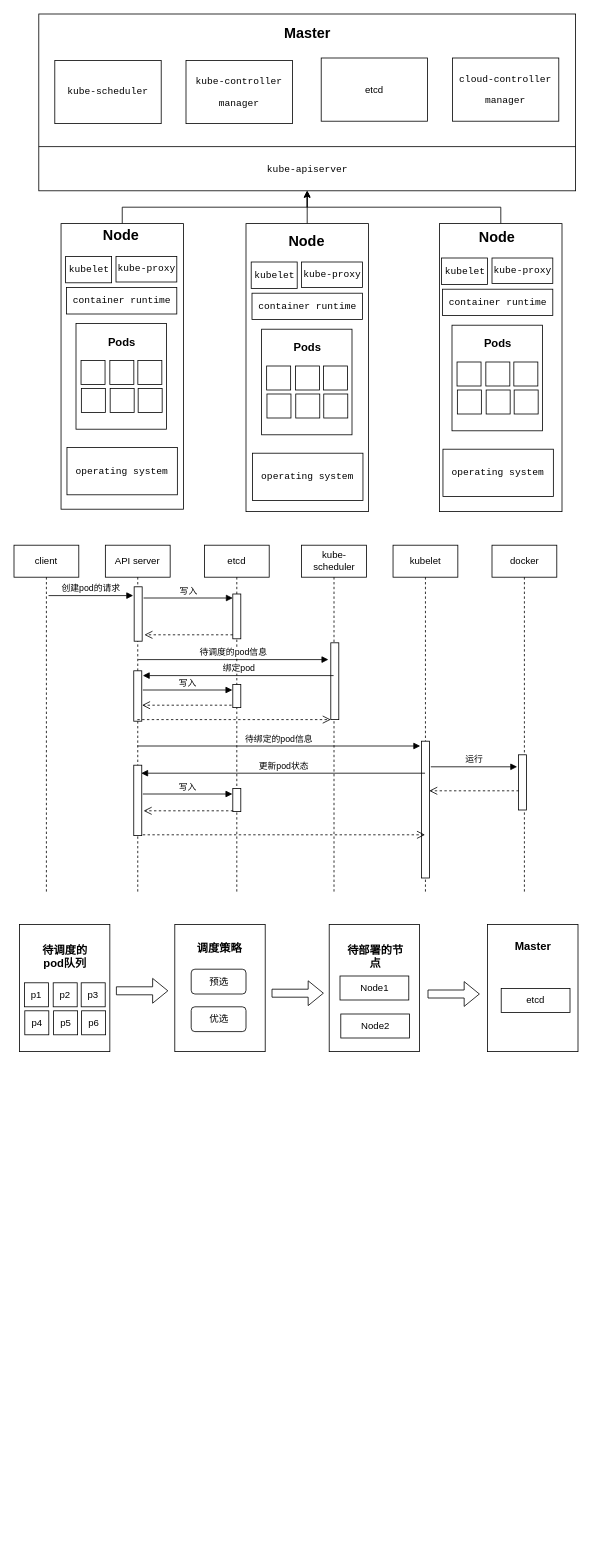
Earlier version of the draw.io diagram graduation_thesis.drawio (lmqqqqqq/drawio). Source tidied: cells renumbered, new cells numbered last; positions are measured from the earlier drawing's top-left corner, leaving out a move shared by most shapes. Both pictures are drawn from the tidied source at 80%, with x=0, y=0 at pixel (14, 14).
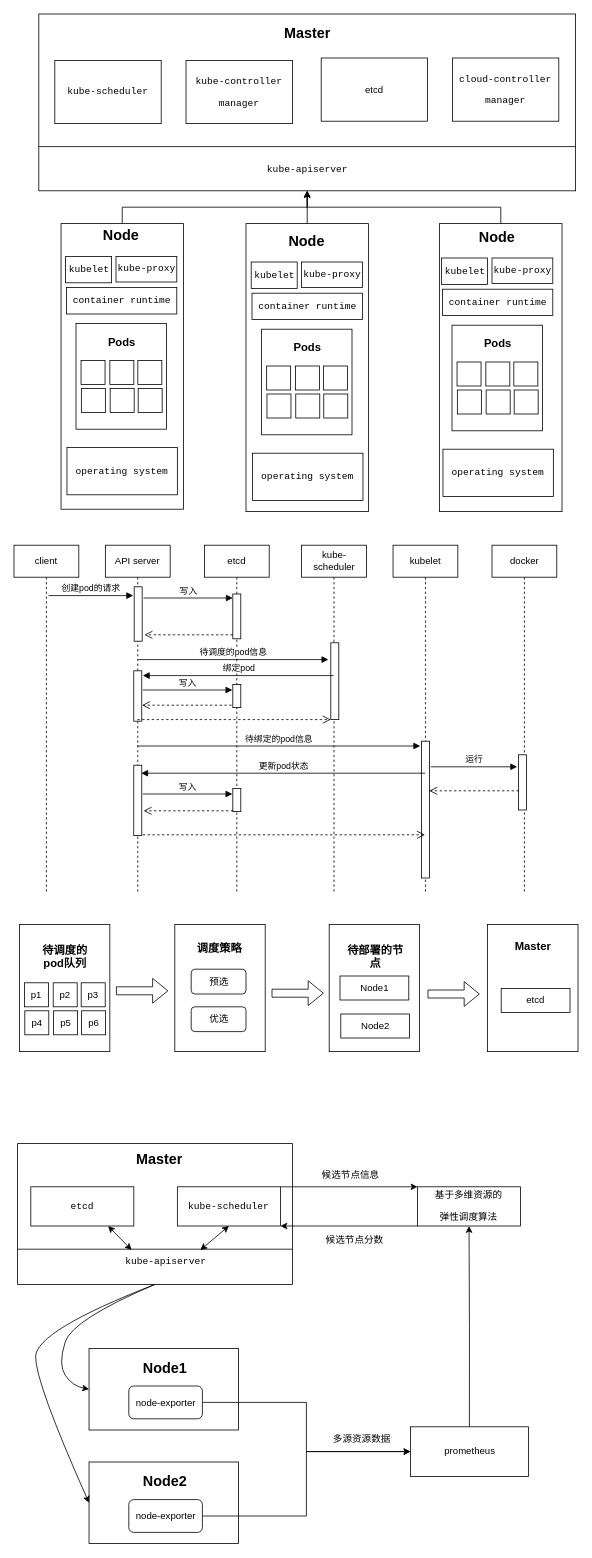
Above is the later version.

What changed in the source:
```diff
@@
+    <mxCell id="107" value="&lt;h2 style=&quot;line-height: 170%;&quot;&gt;&lt;br&gt;&lt;/h2&gt;" style="rounded=0;whiteSpace=wrap;html=1;" parent="1" vertex="1">
+      <mxGeometry x="4.5" y="1412" width="343.5" height="176" as="geometry" />
+    </mxCell>
+    <mxCell id="108" value="&lt;pre&gt;kube-scheduler&lt;/pre&gt;" style="rounded=0;whiteSpace=wrap;html=1;" parent="1" vertex="1">
+      <mxGeometry x="204.2" y="1466" width="128.8" height="49" as="geometry" />
+    </mxCell>
+    <mxCell id="109" value="&lt;h2&gt;Master&lt;/h2&gt;" style="text;strokeColor=none;align=center;fillColor=none;html=1;verticalAlign=middle;whiteSpace=wrap;rounded=0;" parent="1" vertex="1">
+      <mxGeometry x="151.8" y="1417" width="60" height="30" as="geometry" />
+    </mxCell>
+    <mxCell id="110" style="endArrow=none;html=1;rounded=0;entryX=1;entryY=0.75;entryDx=0;entryDy=0;exitX=0;exitY=0.75;exitDx=0;exitDy=0;" parent="1" edge="1" source="107" target="107">
+      <mxGeometry relative="1" as="geometry" />
+    </mxCell>
+    <mxCell id="111" value="&lt;pre&gt;kube-apiserver&lt;/pre&gt;" style="text;strokeColor=none;align=center;fillColor=none;html=1;verticalAlign=middle;whiteSpace=wrap;rounded=0;" parent="1" vertex="1">
+      <mxGeometry x="104" y="1545" width="172" height="30" as="geometry" />
+    </mxCell>
+    <mxCell id="112" value="&lt;pre&gt;etcd&lt;/pre&gt;" style="rounded=0;whiteSpace=wrap;html=1;" parent="1" vertex="1">
+      <mxGeometry x="21" y="1466" width="128.8" height="49" as="geometry" />
+    </mxCell>
+    <mxCell id="113" style="endArrow=classic;html=1;rounded=0;exitX=1;exitY=0;exitDx=0;exitDy=0;entryX=0;entryY=0;entryDx=0;entryDy=0;" parent="1" edge="1" source="108" target="115">
+      <mxGeometry relative="1" as="geometry" />
+    </mxCell>
+    <mxCell id="114" style="endArrow=classic;html=1;rounded=0;exitX=0;exitY=1;exitDx=0;exitDy=0;entryX=1;entryY=1;entryDx=0;entryDy=0;" parent="1" edge="1" source="115" target="108">
+      <mxGeometry relative="1" as="geometry" />
+    </mxCell>
+    <mxCell id="115" value="&lt;pre&gt;基于多维资源的&lt;/pre&gt;&lt;pre&gt;弹性调度算法&lt;/pre&gt;" style="rounded=0;whiteSpace=wrap;html=1;" parent="1" vertex="1">
+      <mxGeometry x="504.4" y="1466" width="128.8" height="49" as="geometry" />
+    </mxCell>
+    <mxCell id="116" style="endArrow=classic;startArrow=classic;html=1;rounded=0;exitX=0.75;exitY=0;exitDx=0;exitDy=0;entryX=0.5;entryY=1;entryDx=0;entryDy=0;" parent="1" edge="1" source="111" target="108">
+      <mxGeometry relative="1" as="geometry" />
+    </mxCell>
+    <mxCell id="117" style="endArrow=classic;startArrow=classic;html=1;rounded=0;exitX=0.75;exitY=1;exitDx=0;exitDy=0;entryX=0.25;entryY=0;entryDx=0;entryDy=0;" parent="1" edge="1" source="112" target="111">
+      <mxGeometry relative="1" as="geometry" />
+    </mxCell>
+    <mxCell id="118" style="rounded=0;whiteSpace=wrap;html=1;" parent="1" vertex="1">
+      <mxGeometry x="93.8" y="1668" width="186.8" height="102" as="geometry" />
+    </mxCell>
+    <mxCell id="119" value="&lt;h2&gt;Node1&lt;/h2&gt;" style="text;strokeColor=none;align=center;fillColor=none;html=1;verticalAlign=middle;whiteSpace=wrap;rounded=0;" parent="1" vertex="1">
+      <mxGeometry x="159" y="1678" width="60" height="30" as="geometry" />
+    </mxCell>
+    <mxCell id="120" style="edgeStyle=orthogonalEdgeStyle;rounded=0;jettySize=auto;html=1;exitX=1;exitY=0.5;exitDx=0;exitDy=0;entryX=0;entryY=0.5;entryDx=0;entryDy=0;" parent="1" edge="1" source="121" target="129">
+      <mxGeometry relative="1" as="geometry" />
+    </mxCell>
+    <mxCell id="121" value="node-exporter" style="rounded=1;whiteSpace=wrap;html=1;" parent="1" vertex="1">
+      <mxGeometry x="143.5" y="1715" width="92" height="41" as="geometry" />
+    </mxCell>
+    <mxCell id="122" style="rounded=0;whiteSpace=wrap;html=1;" parent="1" vertex="1">
+      <mxGeometry x="93.8" y="1810" width="186.8" height="102" as="geometry" />
+    </mxCell>
+    <mxCell id="123" value="&lt;h2&gt;Node2&lt;/h2&gt;" style="text;strokeColor=none;align=center;fillColor=none;html=1;verticalAlign=middle;whiteSpace=wrap;rounded=0;" parent="1" vertex="1">
+      <mxGeometry x="159" y="1820" width="60" height="30" as="geometry" />
+    </mxCell>
+    <mxCell id="124" style="edgeStyle=orthogonalEdgeStyle;rounded=0;jettySize=auto;html=1;exitX=1;exitY=0.5;exitDx=0;exitDy=0;entryX=0;entryY=0.5;entryDx=0;entryDy=0;" parent="1" edge="1" source="125" target="129">
+      <mxGeometry relative="1" as="geometry" />
+    </mxCell>
+    <mxCell id="125" value="node-exporter" style="rounded=1;whiteSpace=wrap;html=1;" parent="1" vertex="1">
+      <mxGeometry x="143.5" y="1857" width="92" height="41" as="geometry" />
+    </mxCell>
+    <mxCell id="126" style="curved=1;endArrow=classic;html=1;rounded=0;exitX=0.5;exitY=1;exitDx=0;exitDy=0;entryX=0;entryY=0.5;entryDx=0;entryDy=0;" parent="1" edge="1" source="107" target="118">
+      <mxGeometry relative="1" as="geometry">
+        <Array as="points">
+          <mxPoint x="73" y="1632" />
+          <mxPoint x="55" y="1688" />
+          <mxPoint x="73" y="1715" />
+        </Array>
+      </mxGeometry>
+    </mxCell>
+    <mxCell id="127" style="curved=1;endArrow=classic;html=1;rounded=0;exitX=0.5;exitY=1;exitDx=0;exitDy=0;entryX=0;entryY=0.5;entryDx=0;entryDy=0;" parent="1" edge="1" source="107" target="122">
+      <mxGeometry relative="1" as="geometry">
+        <Array as="points">
+          <mxPoint x="27" y="1646" />
+          <mxPoint x="27" y="1711" />
+        </Array>
+      </mxGeometry>
+    </mxCell>
+    <mxCell id="128" style="edgeStyle=orthogonalEdgeStyle;rounded=0;jettySize=auto;html=1;exitX=0.5;exitY=0;exitDx=0;exitDy=0;entryX=0.5;entryY=1;entryDx=0;entryDy=0;" parent="1" edge="1" source="129" target="115">
+      <mxGeometry relative="1" as="geometry" />
+    </mxCell>
+    <mxCell id="129" value="prometheus" style="rounded=0;whiteSpace=wrap;html=1;" parent="1" vertex="1">
+      <mxGeometry x="495.5" y="1766" width="147.5" height="62" as="geometry" />
+    </mxCell>
+    <mxCell id="130" value="多源资源数据" style="text;strokeColor=none;align=center;fillColor=none;html=1;verticalAlign=middle;whiteSpace=wrap;rounded=0;" parent="1" vertex="1">
+      <mxGeometry x="395.8" y="1766" width="78" height="30" as="geometry" />
+    </mxCell>
+    <mxCell id="131" value="候选节点分数" style="text;strokeColor=none;align=center;fillColor=none;html=1;verticalAlign=middle;whiteSpace=wrap;rounded=0;" parent="1" vertex="1">
+      <mxGeometry x="387.2" y="1518" width="78" height="30" as="geometry" />
+    </mxCell>
+    <mxCell id="132" value="候选节点信息" style="text;strokeColor=none;align=center;fillColor=none;html=1;verticalAlign=middle;whiteSpace=wrap;rounded=0;" parent="1" vertex="1">
+      <mxGeometry x="381.8" y="1436" width="78" height="30" as="geometry" />
+    </mxCell>
```
